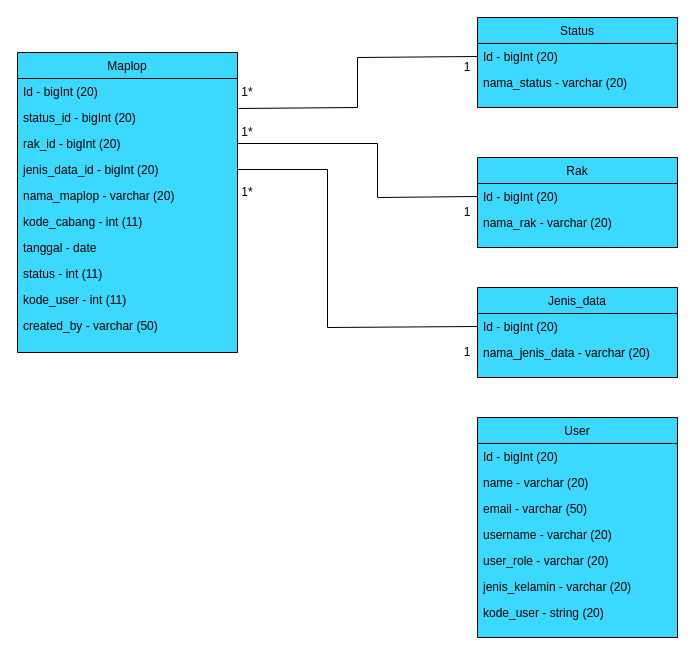
Before: Diagram Tanpa Judul.drawio in danangsptro/SI_SKRIPSI-2, a draw.io diagram. Source tidied: cells renumbered, new cells numbered last; positions are measured from the earlier drawing's top-left corner, leaving out a move shared by most shapes. Both pictures are drawn from the tidied source at 100%, with x=0, y=0 at pixel (17, 17).
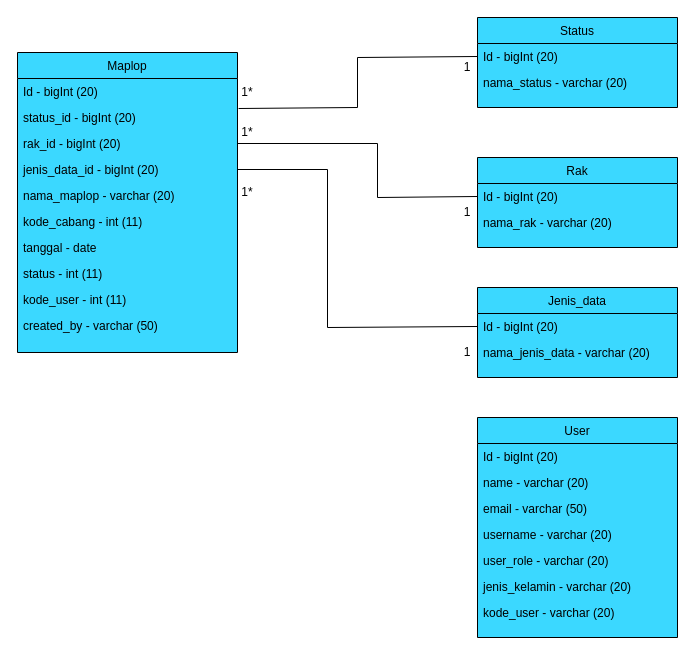
After the change.

The change refers to these unchanged cells:
```xml
<mxCell id="22" value="User" style="swimlane;fontStyle=0;align=center;verticalAlign=top;horizontal=1;startSize=26;rounded=0;shadow=0;strokeWidth=1;fillColor=#3BD8FF;swimlaneFillColor=#3BD8FF;" parent="1" vertex="1">
  <mxGeometry x="460" y="400" width="200" height="220" as="geometry" />
</mxCell>
```

Diff of the diagram source:
```diff
@@
-    <mxCell id="29" value="kode_user - string (20)" style="text;align=left;verticalAlign=top;spacingLeft=4;spacingRight=4;overflow=hidden;rounded=0;shadow=0;html=0;" parent="22" vertex="1">
+    <mxCell id="29" value="kode_user - varchar (20)" style="text;align=left;verticalAlign=top;spacingLeft=4;spacingRight=4;overflow=hidden;rounded=0;shadow=0;html=0;" parent="22" vertex="1">
       <mxGeometry y="182" width="200" height="26" as="geometry" />
     </mxCell>
```
